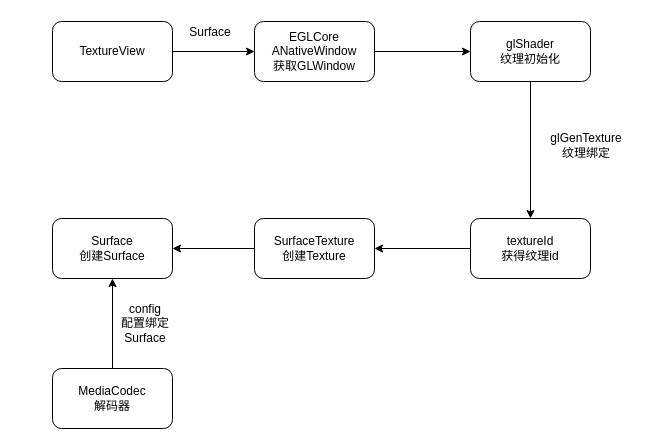
Above: page "Page-3" (3 of 4) of Combo不被打断.drawio in cangwang/news (draw.io), before the change. Source tidied: cells renumbered, new cells numbered last; positions are measured from the earlier drawing's top-left corner, leaving out a move shared by most shapes. Both pictures are drawn from the tidied source at 100%, with x=0, y=0 at pixel (52, 17).
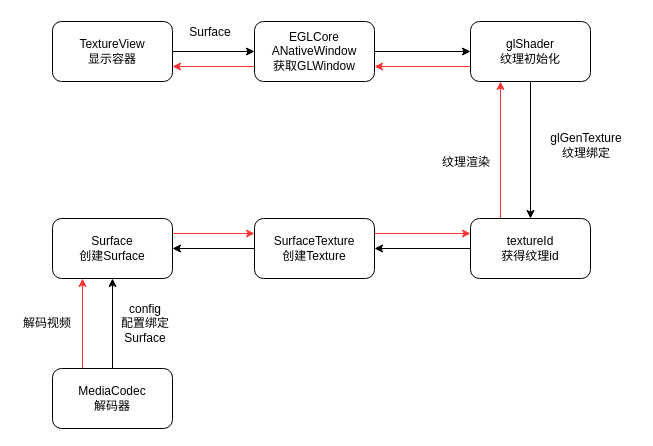
The same diagram, later.

The change refers to these unchanged cells:
```xml
<mxCell id="3" value="textureId&lt;br&gt;获得纹理id" style="rounded=1;whiteSpace=wrap;html=1;fillColor=default;" parent="1" vertex="1">
  <mxGeometry x="418" y="201" width="120" height="60" as="geometry" />
</mxCell>
<mxCell id="7" value="EGLCore&lt;br&gt;ANativeWindow&lt;br&gt;获取GLWindow" style="rounded=1;whiteSpace=wrap;html=1;fillColor=default;" parent="1" vertex="1">
  <mxGeometry x="202" y="4" width="120" height="60" as="geometry" />
</mxCell>
<mxCell id="10" value="SurfaceTexture&lt;br&gt;创建Texture" style="rounded=1;whiteSpace=wrap;html=1;fillColor=default;" parent="1" vertex="1">
  <mxGeometry x="202" y="201" width="120" height="60" as="geometry" />
</mxCell>
<mxCell id="11" value="Surface&lt;br&gt;创建Surface" style="rounded=1;whiteSpace=wrap;html=1;fillColor=default;" parent="1" vertex="1">
  <mxGeometry y="201" width="120" height="60" as="geometry" />
</mxCell>
<mxCell id="13" value="MediaCodec&lt;br&gt;解码器" style="rounded=1;whiteSpace=wrap;html=1;fillColor=default;" parent="1" vertex="1">
  <mxGeometry y="351" width="120" height="60" as="geometry" />
</mxCell>
<mxCell id="16" value="glShader&lt;br&gt;纹理初始化" style="rounded=1;whiteSpace=wrap;html=1;fillColor=default;" parent="1" vertex="1">
  <mxGeometry x="418" y="4" width="120" height="60" as="geometry" />
</mxCell>
```

Diff of the diagram source:
```diff
@@
+    <mxCell id="18" style="edgeStyle=orthogonalEdgeStyle;rounded=0;jettySize=auto;html=1;exitX=0.25;exitY=0;exitDx=0;exitDy=0;entryX=0.25;entryY=1;entryDx=0;entryDy=0;strokeColor=#FF3333;" parent="1" edge="1" source="3" target="16">
+      <mxGeometry relative="1" as="geometry" />
+    </mxCell>
@@
-    <mxCell id="5" value="TextureView" style="rounded=1;whiteSpace=wrap;html=1;fillColor=default;" parent="1" vertex="1">
+    <mxCell id="5" value="TextureView&lt;br&gt;显示容器" style="rounded=1;whiteSpace=wrap;html=1;fillColor=default;" parent="1" vertex="1">
       <mxGeometry y="4" width="120" height="60" as="geometry" />
     </mxCell>
@@
+    <mxCell id="19" style="edgeStyle=orthogonalEdgeStyle;rounded=0;jettySize=auto;html=1;exitX=0;exitY=0.75;exitDx=0;exitDy=0;entryX=1;entryY=0.75;entryDx=0;entryDy=0;strokeColor=#FF3333;" parent="1" edge="1" source="7" target="5">
+      <mxGeometry relative="1" as="geometry" />
+    </mxCell>
@@
+    <mxCell id="20" style="edgeStyle=orthogonalEdgeStyle;rounded=0;jettySize=auto;html=1;exitX=1;exitY=0.25;exitDx=0;exitDy=0;entryX=0;entryY=0.25;entryDx=0;entryDy=0;strokeColor=#FF3333;" parent="1" edge="1" source="10" target="3">
+      <mxGeometry relative="1" as="geometry" />
+    </mxCell>
@@
+    <mxCell id="21" style="edgeStyle=orthogonalEdgeStyle;rounded=0;jettySize=auto;html=1;exitX=1;exitY=0.25;exitDx=0;exitDy=0;entryX=0;entryY=0.25;entryDx=0;entryDy=0;strokeColor=#FF3333;" parent="1" edge="1" source="11" target="10">
+      <mxGeometry relative="1" as="geometry" />
+    </mxCell>
@@
+    <mxCell id="22" style="edgeStyle=orthogonalEdgeStyle;rounded=0;jettySize=auto;html=1;exitX=0.25;exitY=0;exitDx=0;exitDy=0;entryX=0.25;entryY=1;entryDx=0;entryDy=0;strokeColor=#FF3333;" parent="1" edge="1" source="13" target="11">
+      <mxGeometry relative="1" as="geometry" />
+    </mxCell>
@@
+    <mxCell id="23" style="edgeStyle=orthogonalEdgeStyle;rounded=0;jettySize=auto;html=1;exitX=0;exitY=0.75;exitDx=0;exitDy=0;entryX=1;entryY=0.75;entryDx=0;entryDy=0;strokeColor=#FF3333;" parent="1" edge="1" source="16" target="7">
+      <mxGeometry relative="1" as="geometry" />
+    </mxCell>
@@
+    <mxCell id="24" value="解码视频" style="text;html=1;strokeColor=none;fillColor=none;align=center;verticalAlign=middle;whiteSpace=wrap;rounded=0;" parent="1" vertex="1">
+      <mxGeometry x="-35" y="291" width="60" height="30" as="geometry" />
+    </mxCell>
+    <mxCell id="25" value="纹理渲染" style="text;html=1;strokeColor=none;fillColor=none;align=center;verticalAlign=middle;whiteSpace=wrap;rounded=0;" parent="1" vertex="1">
+      <mxGeometry x="384" y="130" width="60" height="30" as="geometry" />
+    </mxCell>
```
